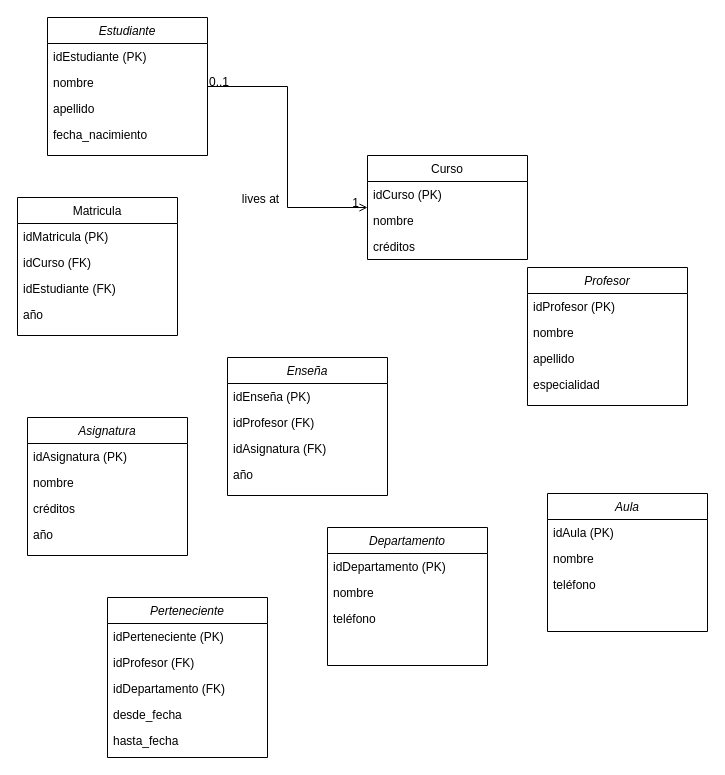
jenngold20/sistema_gestion_universitaria keeps this draw.io diagram as deruniversidad.drawio. Above is the earlier version. Source tidied: cells renumbered, new cells numbered last; positions are measured from the earlier drawing's top-left corner, leaving out a move shared by most shapes. Both pictures are drawn from the tidied source at 100%, with x=0, y=0 at pixel (17, 17).
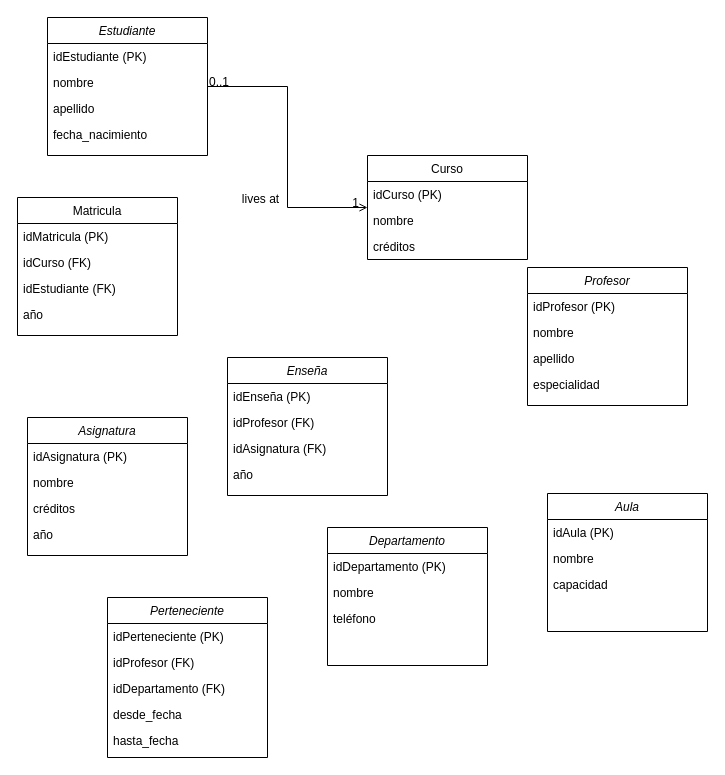
After the change.

Commit message (it also covers changes not shown here):
Documento PDF

Unchanged cells that the change refers to:
```xml
<mxCell id="45" value="Aula" style="swimlane;fontStyle=2;align=center;verticalAlign=top;horizontal=1;startSize=26;rounded=0;shadow=0;strokeWidth=1;" parent="1" vertex="1">
  <mxGeometry x="530" y="476" width="160" height="138" as="geometry" />
</mxCell>
```

The edit, as a diff of the source:
```diff
@@
-    <mxCell id="48" value="teléfono" style="text;align=left;verticalAlign=top;spacingLeft=4;spacingRight=4;overflow=hidden;rounded=0;shadow=0;html=0;" parent="45" vertex="1">
+    <mxCell id="48" value="capacidad" style="text;align=left;verticalAlign=top;spacingLeft=4;spacingRight=4;overflow=hidden;rounded=0;shadow=0;html=0;" parent="45" vertex="1">
       <mxGeometry y="78" width="160" height="26" as="geometry" />
     </mxCell>
```
